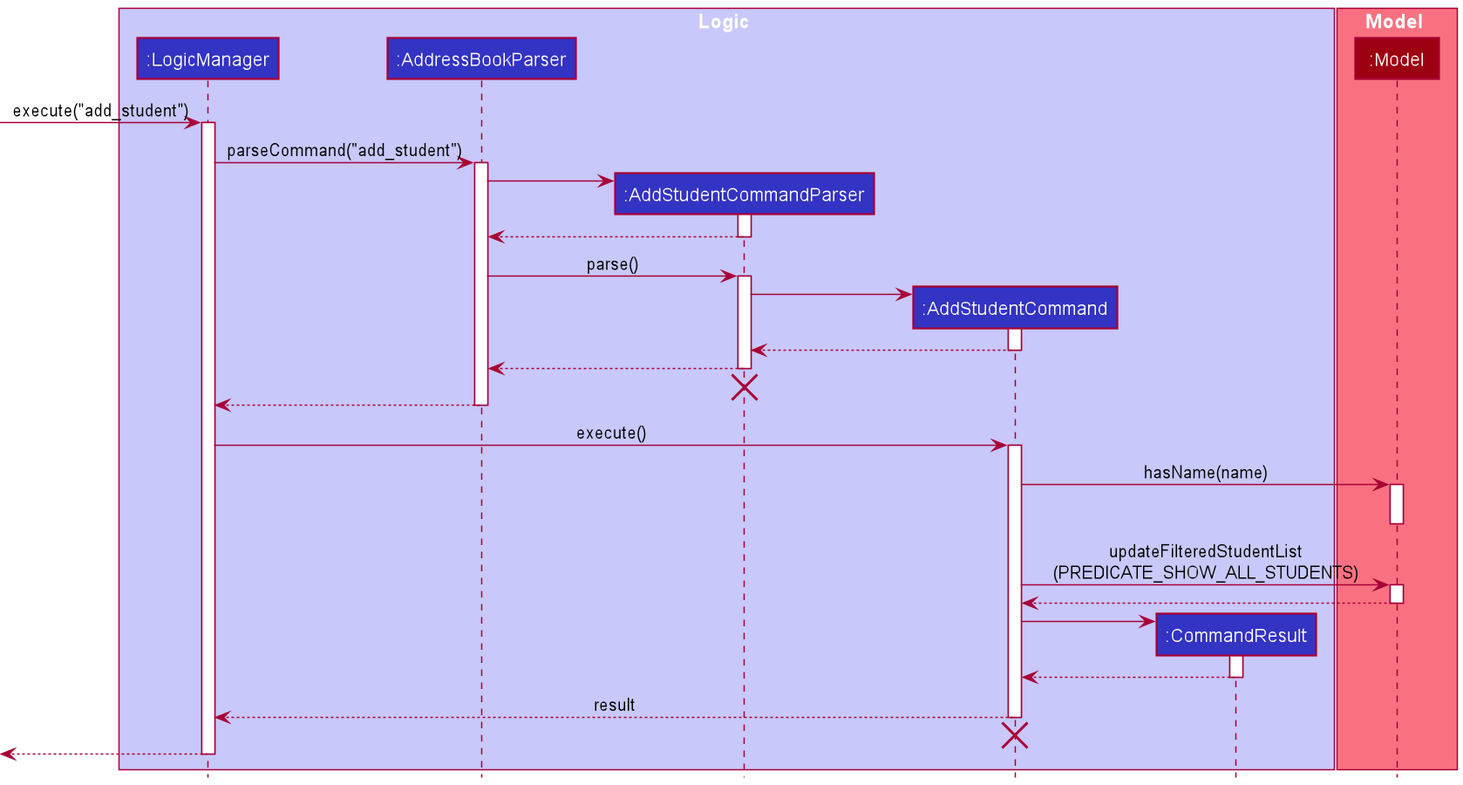
Before: docs/images/enhao/AddStudentSequenceDiagram.png, a diagram exported from PlantUML (nus-cs2103-AY2021S2/tp).
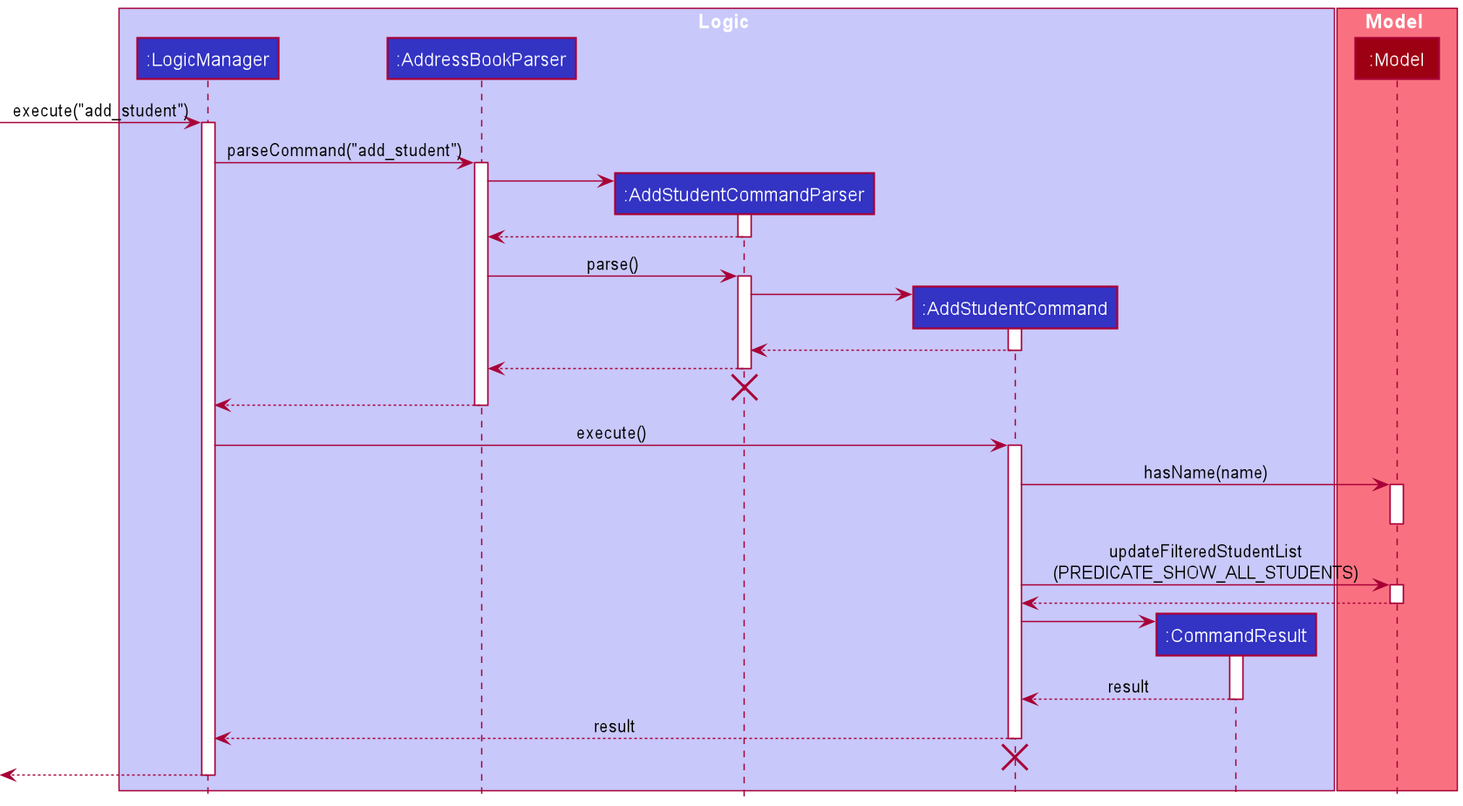
The same file after the commit.

Commit message:
Update add student to return result

Change to the diagram source:
```diff
@@ -61,7 +61,7 @@
 AddStudentCommand -> CommandResult
 activate CommandResult
 
-CommandResult --> AddStudentCommand
+CommandResult --> AddStudentCommand : result
 deactivate CommandResult
 
 AddStudentCommand --> LogicManager : result
```
